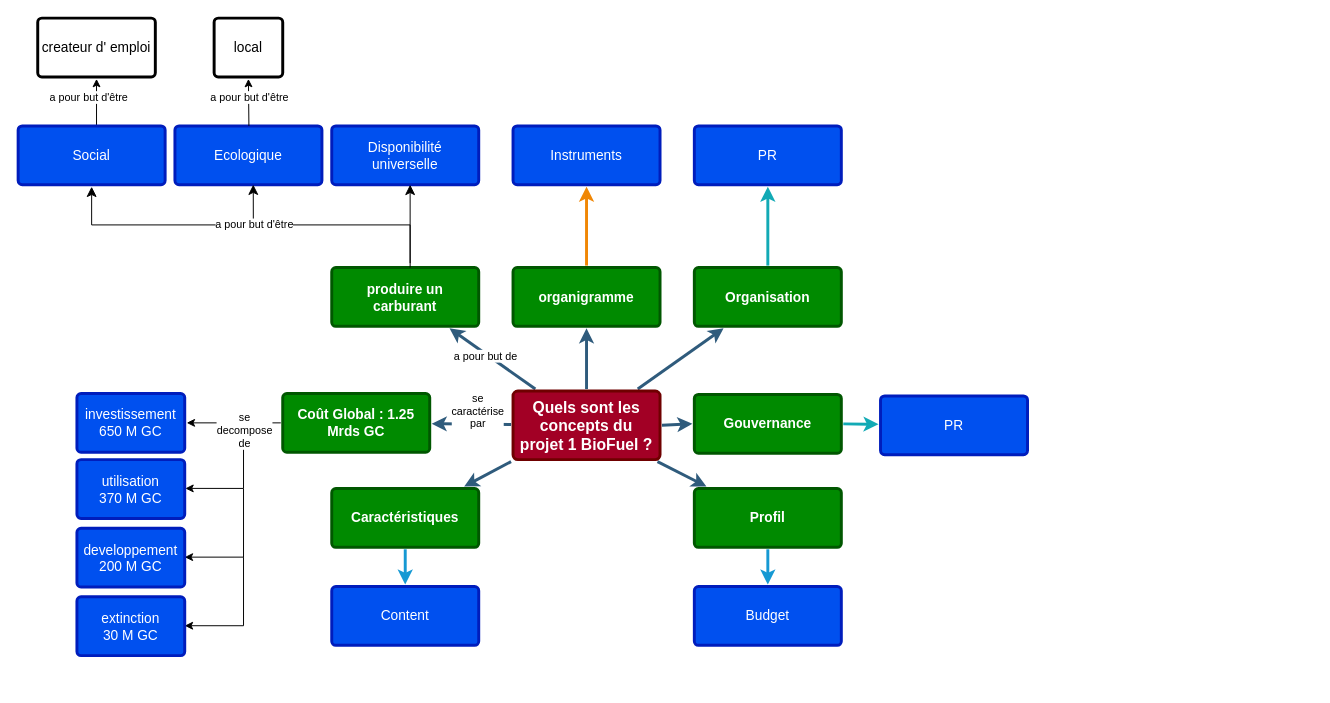
Earlier version of the draw.io diagram Diagramme sans nom.drawio (GillesSuivre/GestionProjet). Source tidied: cells renumbered, new cells numbered last; positions are measured from the earlier drawing's top-left corner, leaving out a move shared by most shapes. Both pictures are drawn from the tidied source at 98%, with x=0, y=0 at pixel (18, 18).
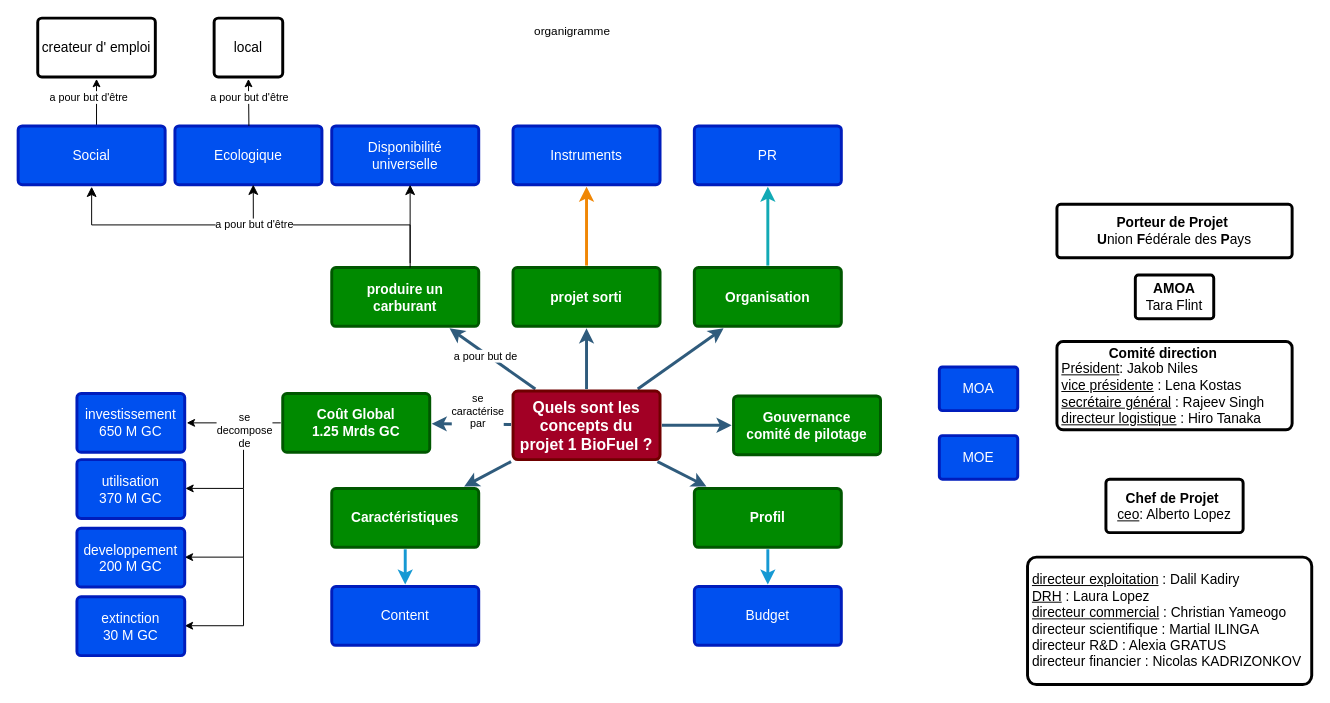
Above is the later version.

Commit message (it also covers changes not shown here):
Mettre à jour Livrable1.drawio

Change to the diagram source:
```diff
@@
-    <mxCell id="10" value="Coût Global : 1.25 Mrds GC" style="rounded=1;whiteSpace=wrap;html=1;shadow=0;labelBackgroundColor=none;strokeColor=#005700;strokeWidth=3;fillColor=#008a00;fontFamily=Helvetica;fontSize=14;fontColor=#ffffff;align=center;spacing=5;fontStyle=1;arcSize=7;perimeterSpacing=2;" parent="1" vertex="1">
+    <mxCell id="10" value="Coût Global &lt;br&gt;1.25 Mrds GC" style="rounded=1;whiteSpace=wrap;html=1;shadow=0;labelBackgroundColor=none;strokeColor=#005700;strokeWidth=3;fillColor=#008a00;fontFamily=Helvetica;fontSize=14;fontColor=#ffffff;align=center;spacing=5;fontStyle=1;arcSize=7;perimeterSpacing=2;" parent="1" vertex="1">
       <mxGeometry x="270" y="383" width="150" height="60" as="geometry" />
     </mxCell>
@@
-    <mxCell id="20" value="organigramme" style="rounded=1;whiteSpace=wrap;html=1;shadow=0;labelBackgroundColor=none;strokeColor=#005700;strokeWidth=3;fillColor=#008a00;fontFamily=Helvetica;fontSize=14;fontColor=#ffffff;align=center;spacing=5;fontStyle=1;arcSize=7;perimeterSpacing=2;" parent="1" vertex="1">
+    <mxCell id="20" value="projet sorti" style="rounded=1;whiteSpace=wrap;html=1;shadow=0;labelBackgroundColor=none;strokeColor=#005700;strokeWidth=3;fillColor=#008a00;fontFamily=Helvetica;fontSize=14;fontColor=#ffffff;align=center;spacing=5;fontStyle=1;arcSize=7;perimeterSpacing=2;" parent="1" vertex="1">
       <mxGeometry x="505" y="254.5" width="150" height="60" as="geometry" />
     </mxCell>
@@
-    <mxCell id="24" value="Gouvernance" style="rounded=1;whiteSpace=wrap;html=1;shadow=0;labelBackgroundColor=none;strokeColor=#005700;strokeWidth=3;fillColor=#008a00;fontFamily=Helvetica;fontSize=14;fontColor=#ffffff;align=center;spacing=5;fontStyle=1;arcSize=7;perimeterSpacing=2;" parent="1" vertex="1">
-      <mxGeometry x="690" y="384" width="150" height="60" as="geometry" />
+    <mxCell id="24" value="Gouvernance&lt;br&gt;comité de pilotage" style="rounded=1;whiteSpace=wrap;html=1;shadow=0;labelBackgroundColor=none;strokeColor=#005700;strokeWidth=3;fillColor=#008a00;fontFamily=Helvetica;fontSize=14;fontColor=#ffffff;align=center;spacing=5;fontStyle=1;arcSize=7;perimeterSpacing=2;" parent="1" vertex="1">
+      <mxGeometry x="730" y="385.5" width="150" height="60" as="geometry" />
     </mxCell>
-    <mxCell id="25" value="PR" style="rounded=1;whiteSpace=wrap;html=1;shadow=0;labelBackgroundColor=none;strokeColor=#001DBC;strokeWidth=3;fillColor=#0050ef;fontFamily=Helvetica;fontSize=14;fontColor=#ffffff;align=center;spacing=5;fontStyle=0;arcSize=7;perimeterSpacing=2;" parent="1" vertex="1">
-      <mxGeometry x="880" y="385.5" width="150" height="60" as="geometry" />
-    </mxCell>
-    <mxCell id="26" style="edgeStyle=none;rounded=1;jumpStyle=none;html=1;shadow=0;labelBackgroundColor=none;startArrow=none;startFill=0;jettySize=auto;strokeColor=#12AAB5;strokeWidth=3;fontFamily=Helvetica;fontSize=14;fontColor=#FFFFFF;spacing=5;fontStyle=1;fillColor=#b0e3e6;exitX=1;exitY=0.5;exitDx=0;exitDy=0;" parent="1" edge="1" source="24" target="25">
-      <mxGeometry relative="1" as="geometry" />
-    </mxCell>
@@
+    <mxCell id="52" value="organigramme" style="text;whiteSpace=wrap;html=1;" parent="1" vertex="1">
+      <mxGeometry x="525" width="110" height="40" as="geometry" />
+    </mxCell>
+    <mxCell id="25" value="MOA" style="rounded=1;whiteSpace=wrap;html=1;shadow=0;labelBackgroundColor=none;strokeColor=#001DBC;strokeWidth=3;fillColor=#0050ef;fontFamily=Helvetica;fontSize=14;fontColor=#ffffff;align=center;spacing=5;fontStyle=0;arcSize=7;perimeterSpacing=2;" parent="1" vertex="1">
+      <mxGeometry x="940" y="356" width="80" height="44.5" as="geometry" />
+    </mxCell>
+    <mxCell id="53" value="MOE" style="rounded=1;whiteSpace=wrap;html=1;shadow=0;labelBackgroundColor=none;strokeColor=#001DBC;strokeWidth=3;fillColor=#0050ef;fontFamily=Helvetica;fontSize=14;fontColor=#ffffff;align=center;spacing=5;fontStyle=0;arcSize=7;perimeterSpacing=2;" parent="1" vertex="1">
+      <mxGeometry x="940" y="426" width="80" height="44.5" as="geometry" />
+    </mxCell>
+    <mxCell id="54" value="&lt;b&gt;AMOA&lt;/b&gt; &lt;br&gt;Tara Flint" style="rounded=1;whiteSpace=wrap;html=1;shadow=0;labelBackgroundColor=none;strokeWidth=3;fontFamily=Helvetica;fontSize=14;align=center;spacing=5;fontStyle=0;arcSize=7;perimeterSpacing=2;" parent="1" vertex="1">
+      <mxGeometry x="1140" y="262.2" width="80" height="44.5" as="geometry" />
+    </mxCell>
+    <mxCell id="55" value="&lt;div align=&quot;center&quot;&gt;&lt;b&gt;Comité direction &lt;/b&gt;&lt;/div&gt;&lt;div&gt;&lt;u&gt;Président&lt;/u&gt;: Jakob Niles&lt;/div&gt;&lt;div&gt;&lt;u&gt;vice présidente&lt;/u&gt; : Lena Kostas&lt;/div&gt;&lt;div&gt;&lt;u&gt;secrétaire général&lt;/u&gt; : Rajeev Singh&lt;br&gt;&lt;u&gt;directeur logistique&lt;/u&gt; : Hiro Tanaka&lt;br&gt;&lt;/div&gt;" style="rounded=1;whiteSpace=wrap;html=1;shadow=0;labelBackgroundColor=none;strokeWidth=3;fontFamily=Helvetica;fontSize=14;align=left;spacing=5;fontStyle=0;arcSize=7;perimeterSpacing=2;" parent="1" vertex="1">
+      <mxGeometry x="1060" y="330" width="240" height="90" as="geometry" />
+    </mxCell>
+    <mxCell id="56" value="&lt;div&gt;&lt;b&gt;Porteur de Projet&lt;/b&gt;&amp;nbsp;&lt;/div&gt;&lt;div&gt;&lt;b&gt;U&lt;/b&gt;nion &lt;b&gt;F&lt;/b&gt;édérale des &lt;b&gt;P&lt;/b&gt;ays&lt;/div&gt;" style="rounded=1;whiteSpace=wrap;html=1;shadow=0;labelBackgroundColor=none;strokeWidth=3;fontFamily=Helvetica;fontSize=14;align=center;spacing=5;fontStyle=0;arcSize=7;perimeterSpacing=2;" parent="1" vertex="1">
+      <mxGeometry x="1060" y="190" width="240" height="54.5" as="geometry" />
+    </mxCell>
+    <mxCell id="57" value="&lt;div&gt;&lt;u&gt;directeur exploitation&lt;/u&gt; : Dalil Kadiry&lt;br&gt;&lt;/div&gt;&lt;div&gt;&lt;u&gt;DRH&lt;/u&gt; : Laura Lopez&lt;br&gt;&lt;u&gt;directeur commercial&lt;/u&gt; : Christian Yameogo&lt;/div&gt;&lt;div&gt;directeur scientifique : Martial ILINGA&lt;/div&gt;&lt;div&gt;directeur R&amp;amp;D : Alexia GRATUS&lt;/div&gt;&lt;div&gt;directeur financier : Nicolas KADRIZONKOV&lt;br&gt;&lt;/div&gt;" style="rounded=1;whiteSpace=wrap;html=1;shadow=0;labelBackgroundColor=none;strokeWidth=3;fontFamily=Helvetica;fontSize=14;align=left;spacing=5;fontStyle=0;arcSize=7;perimeterSpacing=2;" parent="1" vertex="1">
+      <mxGeometry x="1030" y="550" width="290" height="130" as="geometry" />
+    </mxCell>
+    <mxCell id="58" value="&lt;div&gt;&lt;b&gt;Chef de Projet&lt;/b&gt;&amp;nbsp;&lt;/div&gt;&lt;div align=&quot;left&quot;&gt;&lt;u&gt;ceo&lt;/u&gt;: Alberto Lopez&lt;/div&gt;" style="rounded=1;whiteSpace=wrap;html=1;shadow=0;labelBackgroundColor=none;strokeWidth=3;fontFamily=Helvetica;fontSize=14;align=center;spacing=5;fontStyle=0;arcSize=7;perimeterSpacing=2;" parent="1" vertex="1">
+      <mxGeometry x="1110" y="470.5" width="140" height="54.5" as="geometry" />
+    </mxCell>
```
